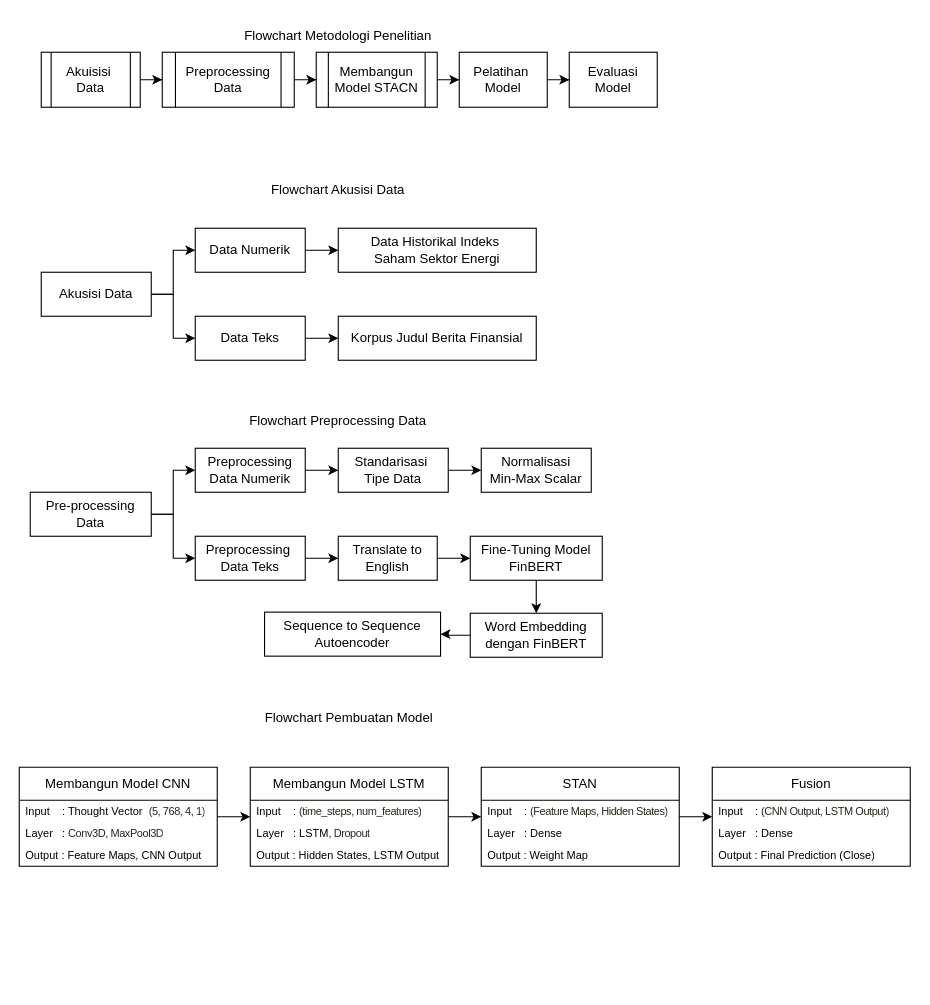
Earlier version of the draw.io diagram Untitled Diagram.drawio (novitangrn/STACN). Source tidied: cells renumbered, new cells numbered last; positions are measured from the earlier drawing's top-left corner, leaving out a move shared by most shapes. Both pictures are drawn from the tidied source at 110%, with x=0, y=0 at pixel (19, 19).
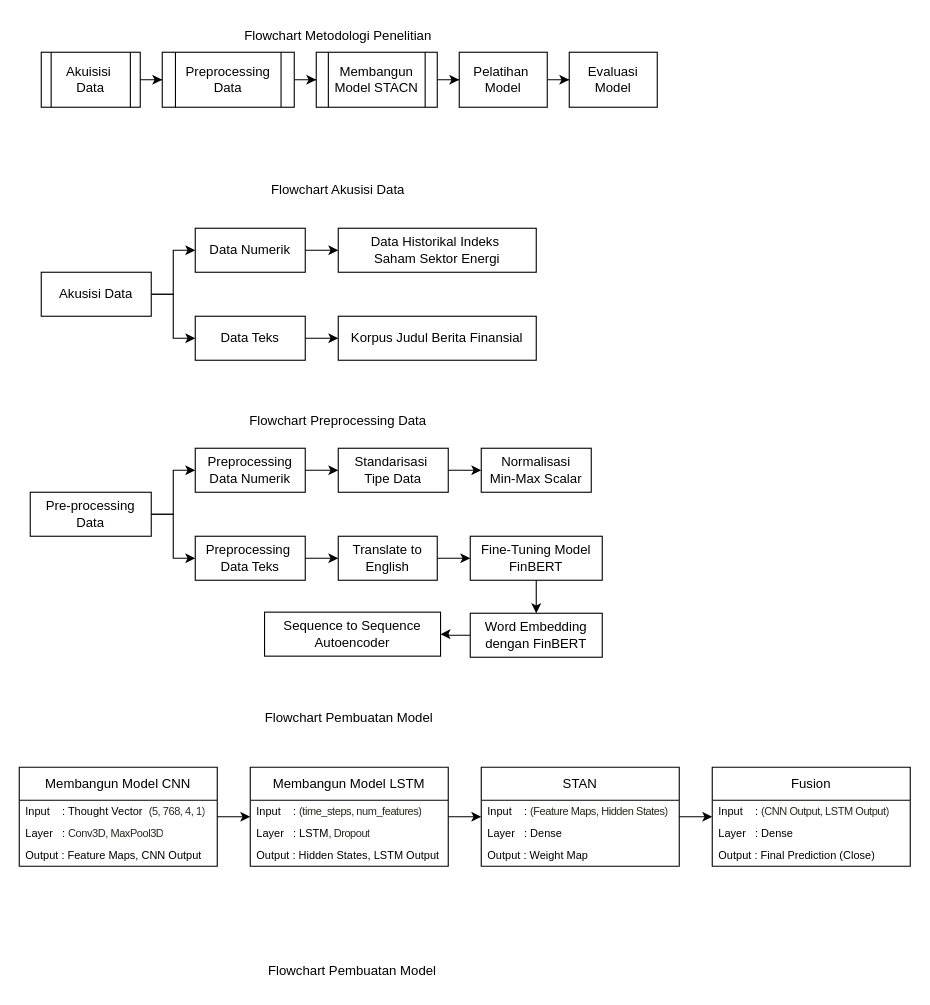
The same page after the edit.

What changed in the source:
```diff
@@
+    <mxCell id="60" value="Flowchart Pembuatan Model" style="text;html=1;align=center;verticalAlign=middle;whiteSpace=wrap;rounded=0;" parent="1" vertex="1">
+      <mxGeometry x="163" y="850" width="280" height="30" as="geometry" />
+    </mxCell>
```
